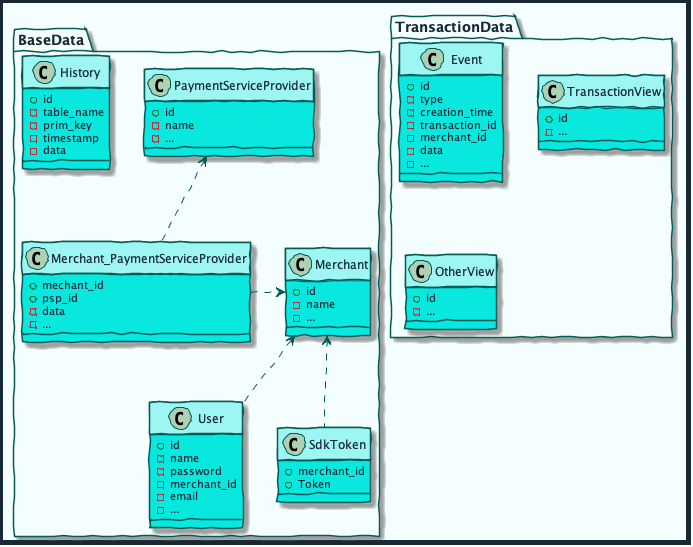
This is diagrams/out/erm.png from mobilabsolutions/stash-sdk-wiki, a PlantUML export, as it was before one commit.
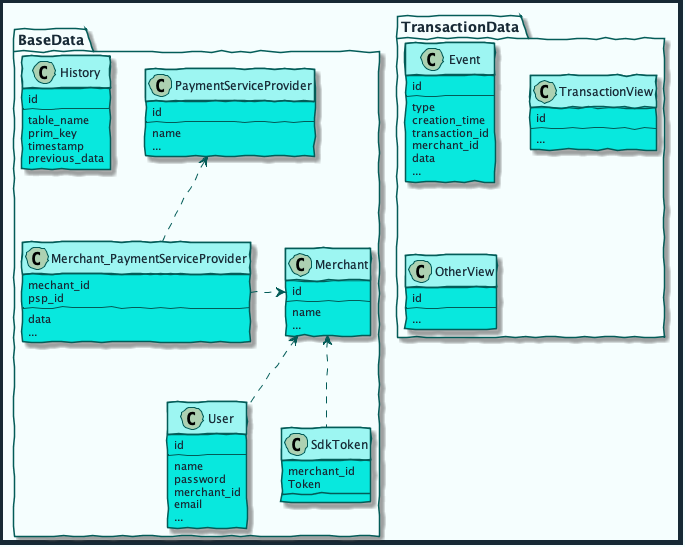
The same file after the commit.

Diff of the diagram source:
```diff
@@ -39,44 +39,49 @@
 package BaseData {
 
     class User {
-        + id
-        - name
-        - password
-        - merchant_id
-        - email
-        - ...
+        id
+        --
+        name
+        password
+        merchant_id
+        email
+        ...
     }
 
     class Merchant {
-        + id
-        - name
-        - ...
+        id
+        --
+        name
+        ...
     }
 
     class Merchant_PaymentServiceProvider {
-        + mechant_id
-        + psp_id
-        - data
-        - ...
+        mechant_id
+        psp_id
+        --
+        data
+        ...
     }
 
     class PaymentServiceProvider {
-        + id
-        - name
-        - ...
+        id
+        --
+        name
+        ...
     }
 
     class History {
-        + id
-        - table_name
-        - prim_key
-        - timestamp
-        - data
+        id
+        --
+        table_name
+        prim_key
+        timestamp
+        previous_data
     }
 
     class SdkToken {
-        + merchant_id
-        + Token
+        merchant_id
+        Token
     }
 
     Merchant_PaymentServiceProvider .> Merchant
@@ -88,23 +93,26 @@
 package TransactionData {
 
     class Event {
-        + id
-        - type
-        - creation_time
-        - transaction_id
-        - merchant_id
-        - data
-        - ...
+        id
+        --
+        type
+        creation_time
+        transaction_id
+        merchant_id
+        data
+        ...
     }
 
     class TransactionView {
-        + id
-        - ...
+        id
+        --
+        ...
     }
 
     class OtherView {
-        + id
-        - ...
+        id
+        --
+        ...
     }
 }
 
```
